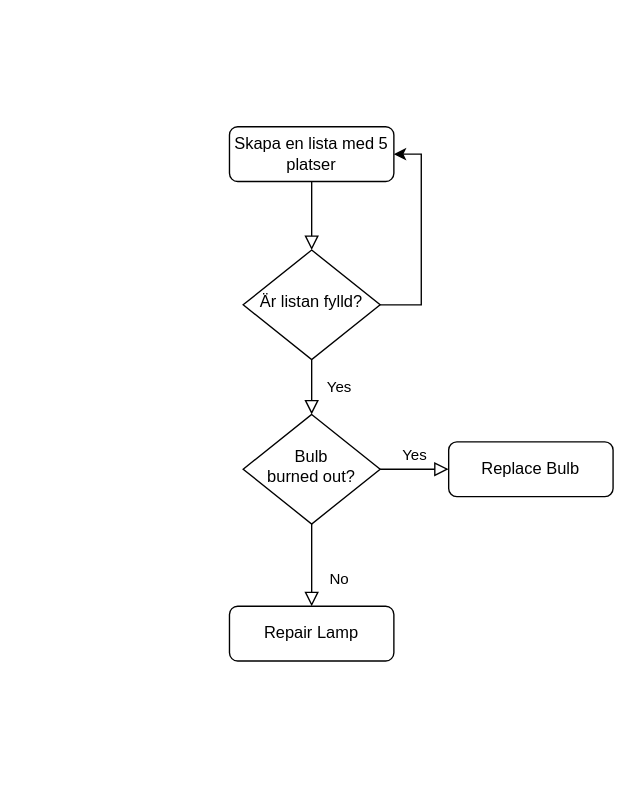
Earlier version of the draw.io diagram Namnlöst diagram.drawio (johanbman/flowcharts). Source tidied: cells renumbered, new cells numbered last; positions are measured from the earlier drawing's top-left corner, leaving out a move shared by most shapes. Both pictures are drawn from the tidied source at 137%, with x=0, y=0 at pixel (229, 126).
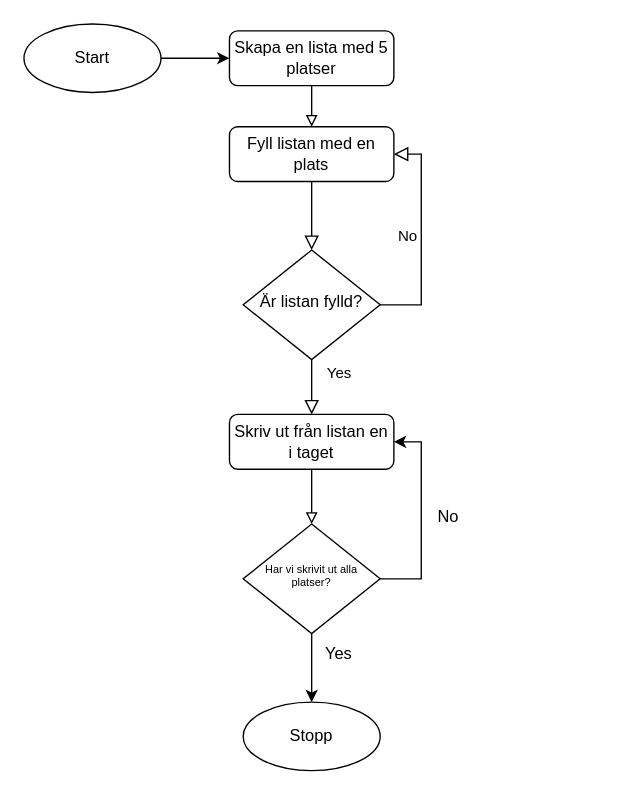
After the change.

The change refers to these unchanged cells:
```xml
<mxCell id="6" value="Är listan fylld?" style="rhombus;whiteSpace=wrap;html=1;shadow=0;fontFamily=Helvetica;fontSize=12;align=center;strokeWidth=1;spacing=6;spacingTop=-4;" parent="1" vertex="1">
  <mxGeometry x="10" y="90" width="100" height="80" as="geometry" />
</mxCell>
```

The edit, as a diff of the source:
```diff
@@
-    <mxCell id="3" value="Skapa en lista med 5 platser" style="rounded=1;whiteSpace=wrap;html=1;fontSize=12;glass=0;strokeWidth=1;shadow=0;" parent="1" vertex="1">
+    <mxCell id="3" value="Fyll listan med en plats" style="rounded=1;whiteSpace=wrap;html=1;fontSize=12;glass=0;strokeWidth=1;shadow=0;" parent="1" vertex="1">
       <mxGeometry width="120" height="40" as="geometry" />
     </mxCell>
-    <mxCell id="4" value="Yes" style="rounded=0;html=1;jettySize=auto;fontSize=11;endArrow=block;endFill=0;endSize=8;strokeWidth=1;shadow=0;labelBackgroundColor=none;edgeStyle=orthogonalEdgeStyle;" parent="1" edge="1" source="6" target="9">
-      <mxGeometry y="20" relative="1" as="geometry" />
+    <mxCell id="4" value="Yes" style="rounded=0;html=1;jettySize=auto;fontSize=11;endArrow=block;endFill=0;endSize=8;strokeWidth=1;shadow=0;labelBackgroundColor=none;edgeStyle=orthogonalEdgeStyle;" parent="1" edge="1" source="6">
+      <mxGeometry x="-0.51" y="20" relative="1" as="geometry">
+        <mxPoint x="60" y="210" as="targetPoint" />
+      </mxGeometry>
     </mxCell>
-    <mxCell id="5" style="edgeStyle=orthogonalEdgeStyle;rounded=0;jettySize=auto;html=1;entryX=1;entryY=0.5;entryDx=0;entryDy=0;" parent="1" edge="1" source="6" target="3">
-      <mxGeometry relative="1" as="geometry">
+    <mxCell id="5" value="No" style="edgeStyle=orthogonalEdgeStyle;rounded=0;html=1;jettySize=auto;fontSize=11;endArrow=block;endFill=0;endSize=8;strokeWidth=1;shadow=0;labelBackgroundColor=none;entryX=1;entryY=0.5;entryDx=0;entryDy=0;" parent="1" edge="1" source="6" target="3">
+      <mxGeometry y="10" relative="1" as="geometry">
         <Array as="points">
           <mxPoint x="140" y="130" />
           <mxPoint x="140" y="20" />
         </Array>
       </mxGeometry>
     </mxCell>
@@
-    <mxCell id="7" value="No" style="rounded=0;html=1;jettySize=auto;fontSize=11;endArrow=block;endFill=0;endSize=8;strokeWidth=1;shadow=0;labelBackgroundColor=none;edgeStyle=orthogonalEdgeStyle;" parent="1" edge="1" source="9" target="10">
-      <mxGeometry x="0.33" y="20" relative="1" as="geometry" />
-    </mxCell>
+    <mxCell id="12" style="edgeStyle=orthogonalEdgeStyle;rounded=0;jettySize=auto;html=1;endArrow=block;endFill=0;" parent="1" edge="1" source="13" target="3">
+      <mxGeometry relative="1" as="geometry" />
+    </mxCell>
+    <mxCell id="13" value="Skapa en lista med 5 platser" style="rounded=1;whiteSpace=wrap;html=1;fontSize=12;glass=0;strokeWidth=1;shadow=0;" parent="1" vertex="1">
+      <mxGeometry y="-70" width="120" height="40" as="geometry" />
+    </mxCell>
+    <mxCell id="14" style="edgeStyle=orthogonalEdgeStyle;rounded=0;jettySize=auto;html=1;endArrow=block;endFill=0;" parent="1" edge="1" source="15" target="18">
+      <mxGeometry relative="1" as="geometry" />
+    </mxCell>
+    <mxCell id="15" value="Skriv ut från listan en i taget" style="rounded=1;whiteSpace=wrap;html=1;fontSize=12;glass=0;strokeWidth=1;shadow=0;" parent="1" vertex="1">
+      <mxGeometry y="210" width="120" height="40" as="geometry" />
+    </mxCell>
+    <mxCell id="16" style="edgeStyle=orthogonalEdgeStyle;rounded=0;jettySize=auto;html=1;entryX=1;entryY=0.5;entryDx=0;entryDy=0;" parent="1" edge="1" source="18" target="15">
+      <mxGeometry relative="1" as="geometry">
+        <Array as="points">
+          <mxPoint x="140" y="330" />
+          <mxPoint x="140" y="230" />
+        </Array>
+      </mxGeometry>
+    </mxCell>
+    <mxCell id="17" style="edgeStyle=orthogonalEdgeStyle;rounded=0;jettySize=auto;html=1;" parent="1" edge="1" source="18" target="21">
+      <mxGeometry relative="1" as="geometry" />
+    </mxCell>
+    <mxCell id="18" value="Har vi skrivit ut alla platser?" style="rhombus;whiteSpace=wrap;shadow=0;fontFamily=Helvetica;fontSize=8;align=center;strokeWidth=1;spacing=6;spacingTop=-4;html=1;" parent="1" vertex="1">
+      <mxGeometry x="10" y="290" width="100" height="80" as="geometry" />
+    </mxCell>
+    <mxCell id="19" style="edgeStyle=orthogonalEdgeStyle;rounded=0;jettySize=auto;html=1;" parent="1" edge="1" source="20" target="13">
+      <mxGeometry relative="1" as="geometry" />
+    </mxCell>
+    <mxCell id="20" value="Start" style="ellipse;whiteSpace=wrap;html=1;" parent="1" vertex="1">
+      <mxGeometry x="-150" y="-75" width="100" height="50" as="geometry" />
+    </mxCell>
+    <mxCell id="21" value="Stopp" style="ellipse;whiteSpace=wrap;html=1;" parent="1" vertex="1">
+      <mxGeometry x="10" y="420" width="100" height="50" as="geometry" />
+    </mxCell>
+    <mxCell id="22" value="No" style="text;html=1;align=center;verticalAlign=middle;whiteSpace=wrap;rounded=0;" parent="1" vertex="1">
+      <mxGeometry x="130" y="270" width="60" height="30" as="geometry" />
+    </mxCell>
-    <mxCell id="8" value="Yes" style="edgeStyle=orthogonalEdgeStyle;rounded=0;html=1;jettySize=auto;fontSize=11;endArrow=block;endFill=0;endSize=8;strokeWidth=1;shadow=0;labelBackgroundColor=none;" parent="1" edge="1" source="9" target="11">
-      <mxGeometry y="10" relative="1" as="geometry" />
+    <mxCell id="8" value="Yes" style="text;html=1;align=center;verticalAlign=middle;whiteSpace=wrap;rounded=0;" parent="1" vertex="1">
+      <mxGeometry x="50" y="370" width="60" height="30" as="geometry" />
     </mxCell>
-    <mxCell id="9" value="Bulb&lt;br&gt;burned out?" style="rhombus;whiteSpace=wrap;html=1;shadow=0;fontFamily=Helvetica;fontSize=12;align=center;strokeWidth=1;spacing=6;spacingTop=-4;" parent="1" vertex="1">
-      <mxGeometry x="10" y="210" width="100" height="80" as="geometry" />
-    </mxCell>
-    <mxCell id="10" value="Repair Lamp" style="rounded=1;whiteSpace=wrap;html=1;fontSize=12;glass=0;strokeWidth=1;shadow=0;" parent="1" vertex="1">
-      <mxGeometry y="350" width="120" height="40" as="geometry" />
-    </mxCell>
-    <mxCell id="11" value="Replace Bulb" style="rounded=1;whiteSpace=wrap;html=1;fontSize=12;glass=0;strokeWidth=1;shadow=0;" parent="1" vertex="1">
-      <mxGeometry x="160" y="230" width="120" height="40" as="geometry" />
-    </mxCell>
```
